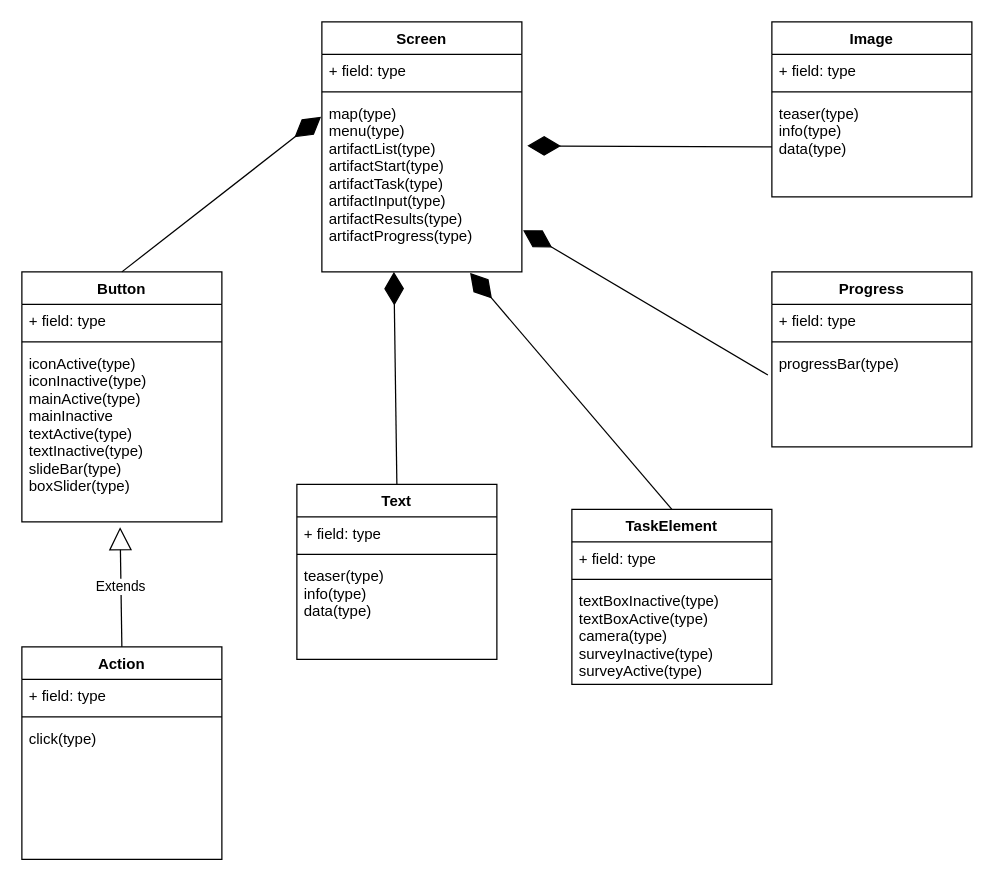
The draw.io diagram page "Version2" (2 of 2) of klassendiagram.drawio in jesnay/Pionear_Frontend, before the edit. Source tidied: cells renumbered, new cells numbered last; positions are measured from the earlier drawing's top-left corner, leaving out a move shared by most shapes. Both pictures are drawn from the tidied source at 125%, with x=0, y=0 at pixel (21, 21).
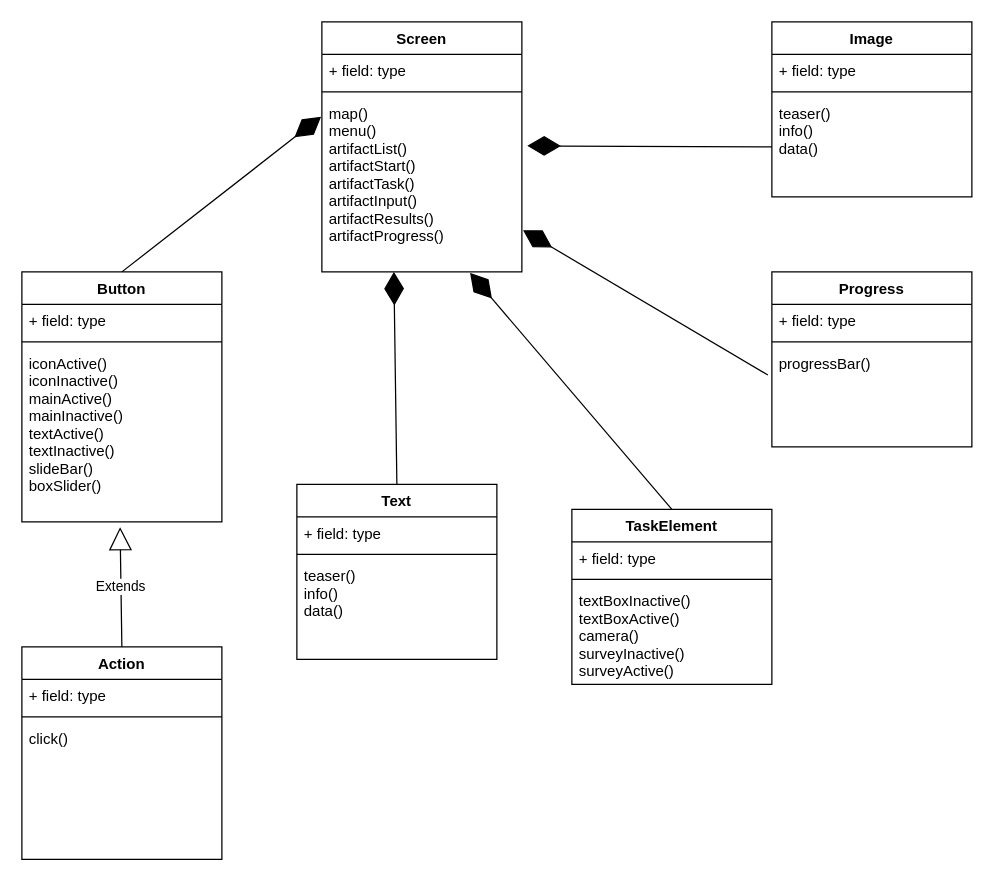
Above is the later version.

The change refers to these unchanged cells:
```xml
<mxCell id="2" value="Image" style="swimlane;fontStyle=1;align=center;verticalAlign=top;horizontal=1;startSize=26;" parent="1" vertex="1">
  <mxGeometry x="600" width="160" height="140" as="geometry" />
</mxCell>
<mxCell id="6" value="Text" style="swimlane;fontStyle=1;align=center;verticalAlign=top;horizontal=1;startSize=26;" parent="1" vertex="1">
  <mxGeometry x="220" y="370" width="160" height="140" as="geometry" />
</mxCell>
<mxCell id="10" value="Button" style="swimlane;fontStyle=1;align=center;verticalAlign=top;horizontal=1;startSize=26;" parent="1" vertex="1">
  <mxGeometry y="200" width="160" height="200" as="geometry" />
</mxCell>
<mxCell id="14" value="Screen" style="swimlane;fontStyle=1;align=center;verticalAlign=top;horizontal=1;startSize=26;" parent="1" vertex="1">
  <mxGeometry x="240" width="160" height="200" as="geometry" />
</mxCell>
<mxCell id="18" value="TaskElement" style="swimlane;fontStyle=1;align=center;verticalAlign=top;horizontal=1;startSize=26;" parent="1" vertex="1">
  <mxGeometry x="440" y="390" width="160" height="140" as="geometry" />
</mxCell>
<mxCell id="22" value="Progress" style="swimlane;fontStyle=1;align=center;verticalAlign=top;horizontal=1;startSize=26;" parent="1" vertex="1">
  <mxGeometry x="600" y="200" width="160" height="140" as="geometry" />
</mxCell>
<mxCell id="26" value="Action" style="swimlane;fontStyle=1;align=center;verticalAlign=top;horizontal=1;startSize=26;" parent="1" vertex="1">
  <mxGeometry y="500" width="160" height="170" as="geometry" />
</mxCell>
```

Diff of the diagram source:
```diff
@@
-    <mxCell id="5" value="teaser(type)&#10;info(type)&#10;data(type)" style="text;strokeColor=none;fillColor=none;align=left;verticalAlign=top;spacingLeft=4;spacingRight=4;overflow=hidden;points=[[0,0.5],[1,0.5]];portConstraint=eastwest;" parent="2" vertex="1">
+    <mxCell id="5" value="teaser()&#10;info()&#10;data()" style="text;strokeColor=none;fillColor=none;align=left;verticalAlign=top;spacingLeft=4;spacingRight=4;overflow=hidden;points=[[0,0.5],[1,0.5]];portConstraint=eastwest;" parent="2" vertex="1">
       <mxGeometry y="60" width="160" height="80" as="geometry" />
     </mxCell>
@@
-    <mxCell id="9" value="teaser(type)&#10;info(type)&#10;data(type)" style="text;strokeColor=none;fillColor=none;align=left;verticalAlign=top;spacingLeft=4;spacingRight=4;overflow=hidden;" parent="6" vertex="1">
+    <mxCell id="9" value="teaser()&#10;info()&#10;data()" style="text;strokeColor=none;fillColor=none;align=left;verticalAlign=top;spacingLeft=4;spacingRight=4;overflow=hidden;" parent="6" vertex="1">
       <mxGeometry y="60" width="160" height="80" as="geometry" />
     </mxCell>
@@
-    <mxCell id="13" value="iconActive(type)&#10;iconInactive(type)&#10;mainActive(type)&#10;mainInactive&#10;textActive(type)&#10;textInactive(type)&#10;slideBar(type)&#10;boxSlider(type)" style="text;strokeColor=none;fillColor=none;align=left;verticalAlign=top;spacingLeft=4;spacingRight=4;overflow=hidden;points=[[0,0.5],[1,0.5]];portConstraint=eastwest;" parent="10" vertex="1">
+    <mxCell id="13" value="iconActive()&#10;iconInactive()&#10;mainActive()&#10;mainInactive()&#10;textActive()&#10;textInactive()&#10;slideBar()&#10;boxSlider()" style="text;strokeColor=none;fillColor=none;align=left;verticalAlign=top;spacingLeft=4;spacingRight=4;overflow=hidden;points=[[0,0.5],[1,0.5]];portConstraint=eastwest;" parent="10" vertex="1">
       <mxGeometry y="60" width="160" height="140" as="geometry" />
     </mxCell>
@@
-    <mxCell id="17" value="map(type)&#10;menu(type)&#10;artifactList(type)&#10;artifactStart(type)&#10;artifactTask(type)&#10;artifactInput(type)&#10;artifactResults(type)&#10;artifactProgress(type)" style="text;strokeColor=none;fillColor=none;align=left;verticalAlign=top;spacingLeft=4;spacingRight=4;overflow=hidden;points=[[0,0.5],[1,0.5]];portConstraint=eastwest;" parent="14" vertex="1">
+    <mxCell id="17" value="map()&#10;menu()&#10;artifactList()&#10;artifactStart()&#10;artifactTask()&#10;artifactInput()&#10;artifactResults()&#10;artifactProgress()" style="text;strokeColor=none;fillColor=none;align=left;verticalAlign=top;spacingLeft=4;spacingRight=4;overflow=hidden;points=[[0,0.5],[1,0.5]];portConstraint=eastwest;" parent="14" vertex="1">
       <mxGeometry y="60" width="160" height="140" as="geometry" />
     </mxCell>
@@
-    <mxCell id="21" value="textBoxInactive(type)&#10;textBoxActive(type)&#10;camera(type)&#10;surveyInactive(type)&#10;surveyActive(type)" style="text;strokeColor=none;fillColor=none;align=left;verticalAlign=top;spacingLeft=4;spacingRight=4;overflow=hidden;" parent="18" vertex="1">
+    <mxCell id="21" value="textBoxInactive()&#10;textBoxActive()&#10;camera()&#10;surveyInactive()&#10;surveyActive()" style="text;strokeColor=none;fillColor=none;align=left;verticalAlign=top;spacingLeft=4;spacingRight=4;overflow=hidden;" parent="18" vertex="1">
       <mxGeometry y="60" width="160" height="80" as="geometry" />
     </mxCell>
@@
-    <mxCell id="25" value="progressBar(type)" style="text;strokeColor=none;fillColor=none;align=left;verticalAlign=top;spacingLeft=4;spacingRight=4;overflow=hidden;points=[[0,0.5],[1,0.5]];portConstraint=eastwest;" parent="22" vertex="1">
+    <mxCell id="25" value="progressBar()" style="text;strokeColor=none;fillColor=none;align=left;verticalAlign=top;spacingLeft=4;spacingRight=4;overflow=hidden;points=[[0,0.5],[1,0.5]];portConstraint=eastwest;" parent="22" vertex="1">
       <mxGeometry y="60" width="160" height="80" as="geometry" />
     </mxCell>
@@
-    <mxCell id="29" value="click(type)" style="text;strokeColor=none;fillColor=none;align=left;verticalAlign=top;spacingLeft=4;spacingRight=4;overflow=hidden;" parent="26" vertex="1">
+    <mxCell id="29" value="click()" style="text;strokeColor=none;fillColor=none;align=left;verticalAlign=top;spacingLeft=4;spacingRight=4;overflow=hidden;" parent="26" vertex="1">
       <mxGeometry y="60" width="160" height="110" as="geometry" />
     </mxCell>
```
